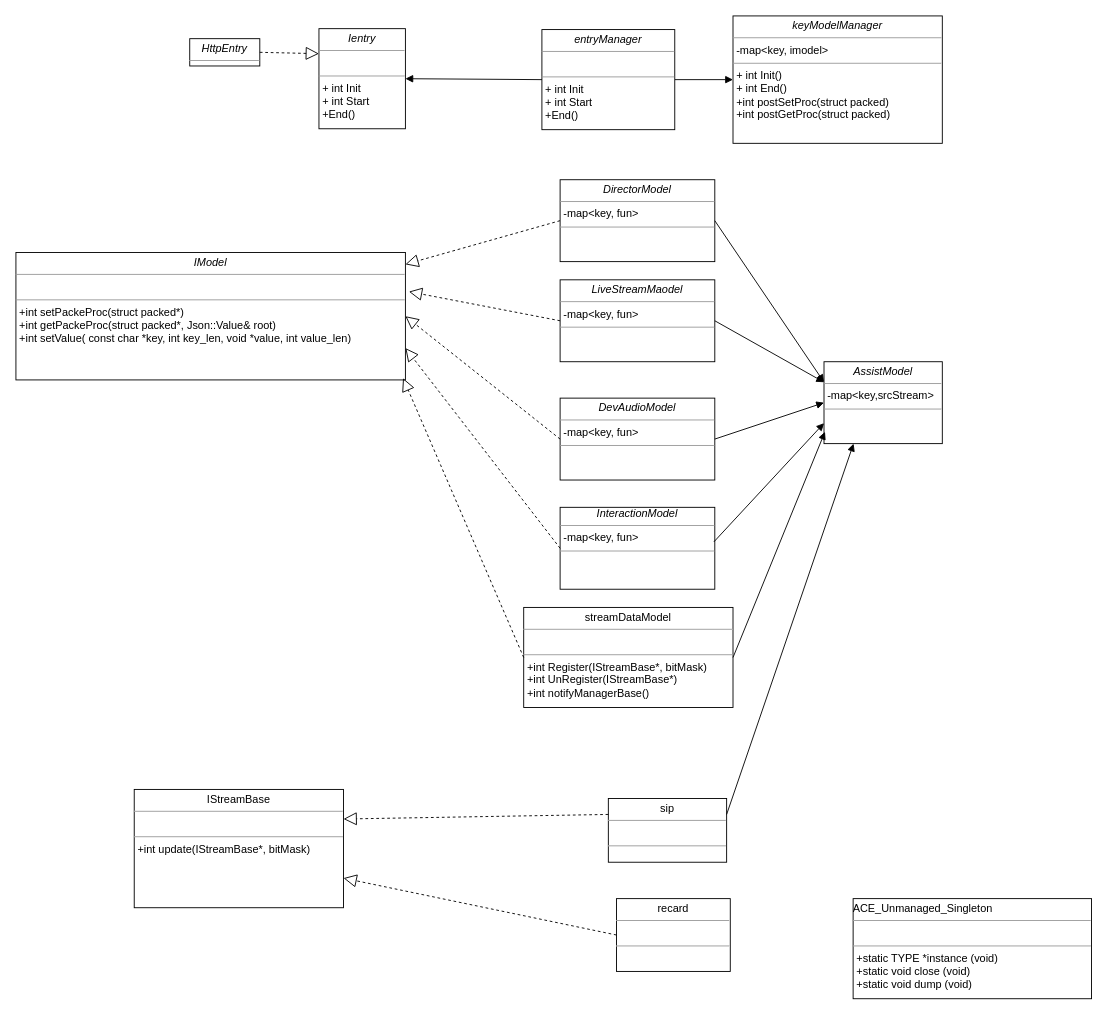
This is 录播uml.drawio from huangPeiLc/drawio, a draw.io file, before an edit. Source tidied: cells renumbered, new cells numbered last; positions are measured from the earlier drawing's top-left corner, leaving out a move shared by most shapes. Both pictures are drawn from the tidied source at 91%, with x=0, y=0 at pixel (15, 15).
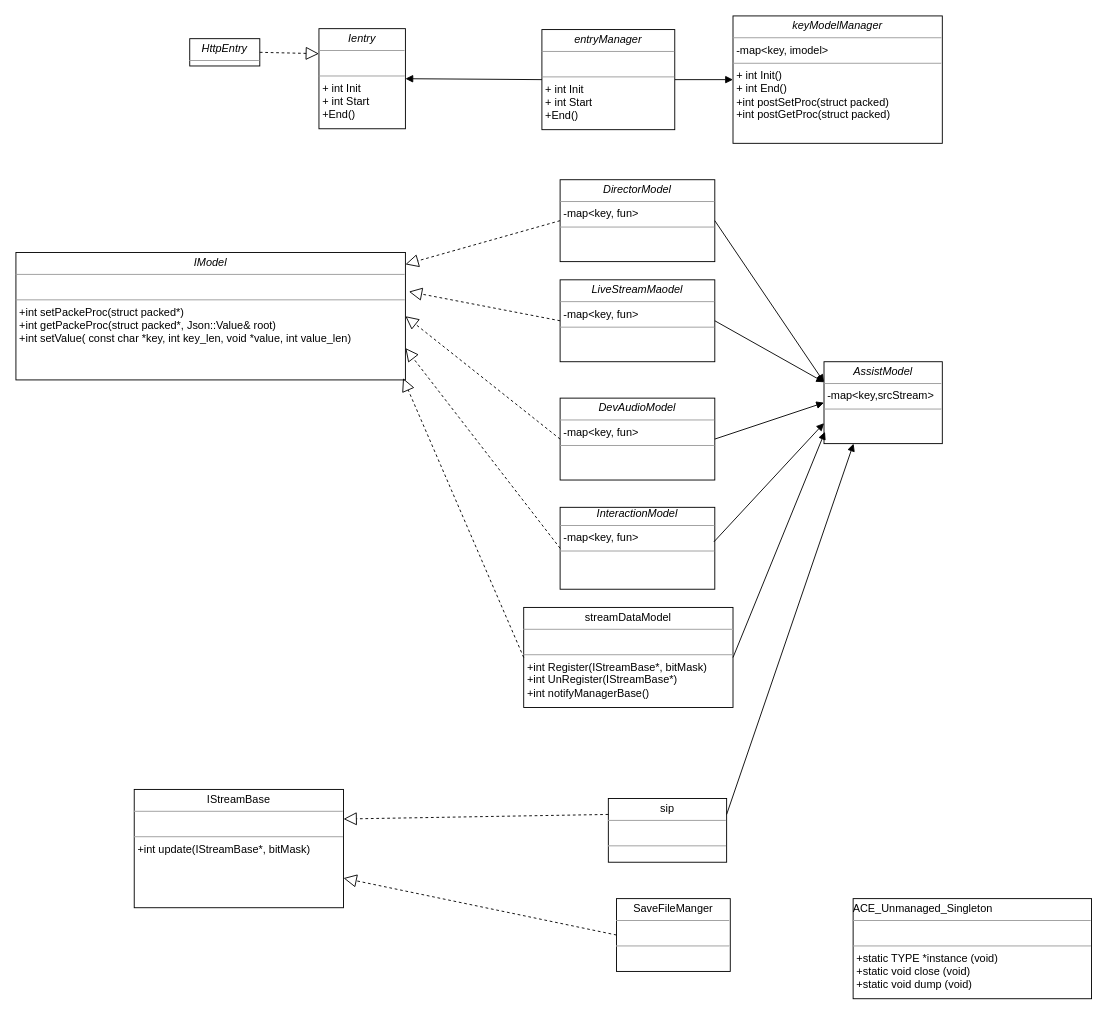
The same page after the edit.

Diff of the diagram source:
```diff
@@
-    <mxCell id="31" value="&lt;p style=&quot;margin: 0px ; margin-top: 4px ; text-align: center&quot;&gt;&lt;span style=&quot;text-align: left&quot;&gt;recard&lt;/span&gt;&lt;br&gt;&lt;/p&gt;&lt;hr size=&quot;1&quot;&gt;&lt;p style=&quot;margin: 0px ; margin-left: 4px&quot;&gt;&lt;br&gt;&lt;/p&gt;&lt;hr size=&quot;1&quot;&gt;&lt;p style=&quot;margin: 0px 0px 0px 4px&quot;&gt;&lt;br&gt;&lt;/p&gt;&lt;p style=&quot;margin: 0px ; margin-left: 4px&quot;&gt;&lt;br&gt;&lt;/p&gt;" style="verticalAlign=top;align=left;overflow=fill;fontSize=12;fontFamily=Helvetica;html=1;rounded=0;shadow=0;comic=0;labelBackgroundColor=none;strokeColor=#000000;strokeWidth=1;fillColor=#ffffff;" parent="1" vertex="1">
+    <mxCell id="31" value="&lt;p style=&quot;margin: 0px ; margin-top: 4px ; text-align: center&quot;&gt;&lt;span style=&quot;text-align: left&quot;&gt;SaveFileManger&lt;/span&gt;&lt;br&gt;&lt;/p&gt;&lt;hr size=&quot;1&quot;&gt;&lt;p style=&quot;margin: 0px ; margin-left: 4px&quot;&gt;&lt;br&gt;&lt;/p&gt;&lt;hr size=&quot;1&quot;&gt;&lt;p style=&quot;margin: 0px 0px 0px 4px&quot;&gt;&lt;br&gt;&lt;/p&gt;&lt;p style=&quot;margin: 0px ; margin-left: 4px&quot;&gt;&lt;br&gt;&lt;/p&gt;" style="verticalAlign=top;align=left;overflow=fill;fontSize=12;fontFamily=Helvetica;html=1;rounded=0;shadow=0;comic=0;labelBackgroundColor=none;strokeColor=#000000;strokeWidth=1;fillColor=#ffffff;" parent="1" vertex="1">
       <mxGeometry x="660" y="970" width="125" height="80" as="geometry" />
     </mxCell>
```
